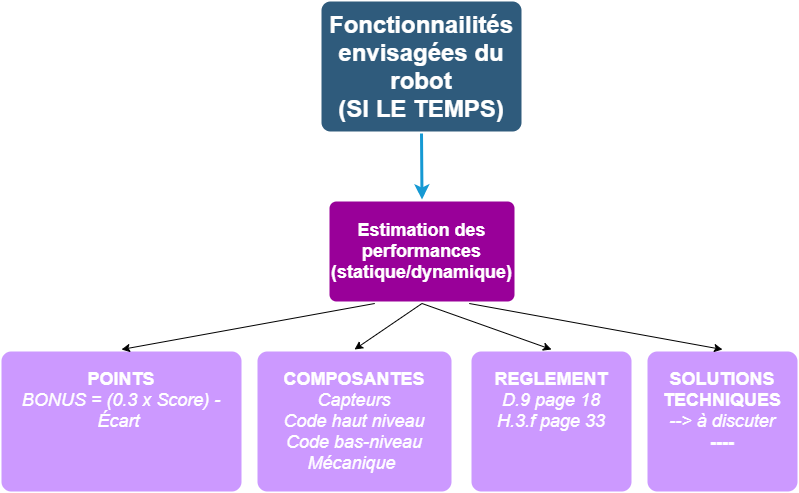
The draw.io diagram images/infos_reunion_2020_12_26_2.png in eirbot/eirbot.github.io, before a commit. Source tidied: cells renumbered, new cells last; positions are measured from the earlier drawing's top-left corner, leaving out a move shared by most shapes.
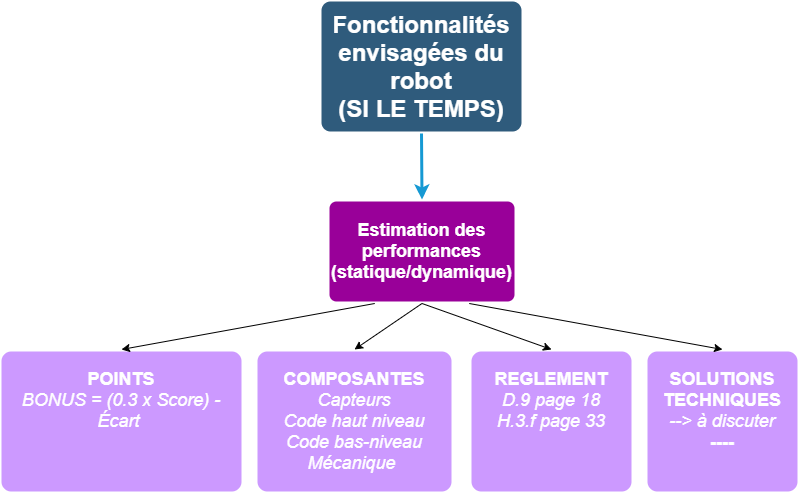
The same file after the commit.

What changed in the source:
```diff
@@ -2,7 +2,7 @@
   <root>
     <mxCell id="0" />
     <mxCell id="1" parent="0" />
-    <mxCell id="2" value="&lt;font style=&quot;font-size: 24px&quot;&gt;Fonctionnailités envisagées du robot&lt;br&gt;(SI LE TEMPS)&lt;/font&gt;" style="rounded=1;whiteSpace=wrap;html=1;shadow=0;labelBackgroundColor=none;strokeColor=none;strokeWidth=3;fillColor=#2F5B7C;fontFamily=Helvetica;fontSize=16;fontColor=#FFFFFF;align=center;fontStyle=1;spacing=5;arcSize=7;perimeterSpacing=2;" parent="1" vertex="1">
+    <mxCell id="2" value="&lt;font style=&quot;font-size: 24px&quot;&gt;Fonctionnalités envisagées du robot&lt;br&gt;(SI LE TEMPS)&lt;/font&gt;" style="rounded=1;whiteSpace=wrap;html=1;shadow=0;labelBackgroundColor=none;strokeColor=none;strokeWidth=3;fillColor=#2F5B7C;fontFamily=Helvetica;fontSize=16;fontColor=#FFFFFF;align=center;fontStyle=1;spacing=5;arcSize=7;perimeterSpacing=2;" parent="1" vertex="1">
       <mxGeometry x="320" width="200" height="130" as="geometry" />
     </mxCell>
     <mxCell id="3" value="&lt;font style=&quot;font-size: 18px&quot;&gt;Estimation des performances&lt;br&gt;(statique/dynamique)&lt;/font&gt;" style="rounded=1;whiteSpace=wrap;html=1;shadow=0;labelBackgroundColor=none;strokeColor=none;strokeWidth=3;fillColor=#990099;fontFamily=Helvetica;fontSize=14;fontColor=#FFFFFF;align=center;spacing=5;fontStyle=1;arcSize=7;perimeterSpacing=2;" parent="1" vertex="1">
```
